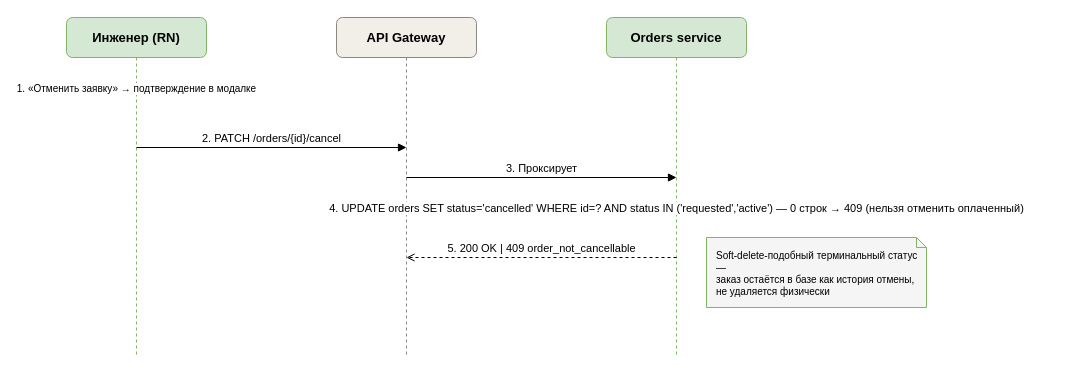
Earlier version of the draw.io diagram stuff/uml/sequence/sequence-cancel-order.drawio (TFRunity/sto). Source tidied: cells renumbered, new cells numbered last; positions are measured from the earlier drawing's top-left corner, leaving out a move shared by most shapes. Both pictures are drawn from the tidied source at 100%, with x=0, y=0 at pixel (66, 17).
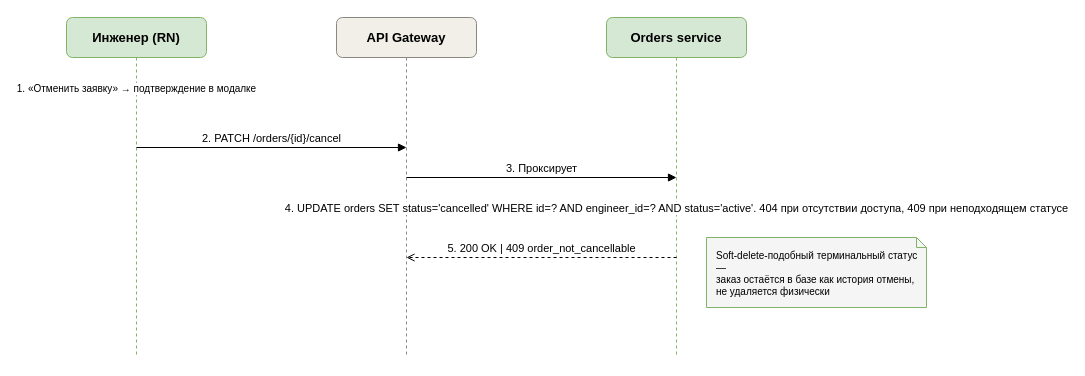
The same page after the edit.

The edit, as a diff of the source:
```diff
@@
-    <mxCell id="11" value="4. UPDATE orders SET status='cancelled' WHERE id=? AND status IN ('requested','active') — 0 строк → 409 (нельзя отменить оплаченный)" style="html=1;endArrow=none;fontSize=11;align=center;verticalAlign=bottom;" parent="1" edge="1">
+    <mxCell id="11" value="4. UPDATE orders SET status='cancelled' WHERE id=? AND engineer_id=? AND status='active'. 404 при отсутствии доступа, 409 при неподходящем статусе" style="html=1;endArrow=none;fontSize=11;align=center;verticalAlign=bottom;" parent="1" edge="1">
       <mxGeometry relative="1" as="geometry">
         <mxPoint x="610" y="200" as="sourcePoint" />
         <mxPoint x="610" y="200" as="targetPoint" />
       </mxGeometry>
     </mxCell>
```
